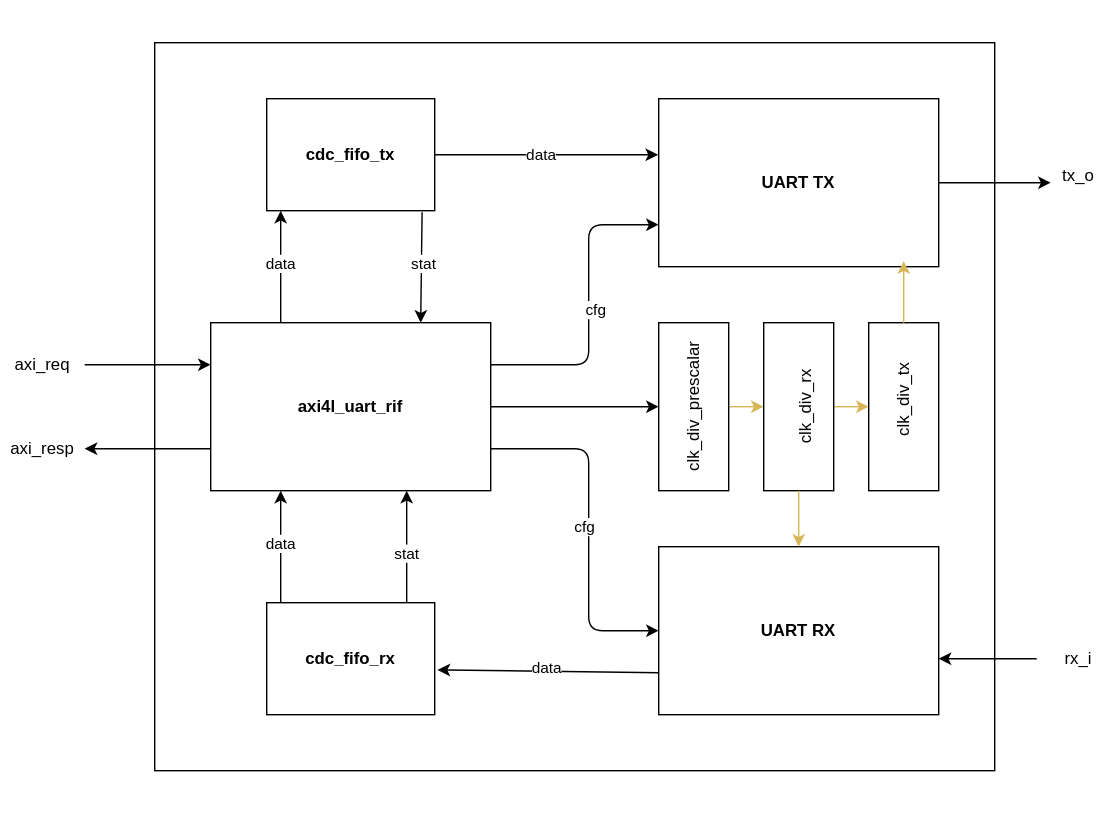
Before: document/uart_subsystem_topview.svg, a diagram exported from draw.io (ADN-VLSI/SC-SoC). Source tidied: cells renumbered, new cells last; positions are measured from the earlier drawing's top-left corner, leaving out a move shared by most shapes.
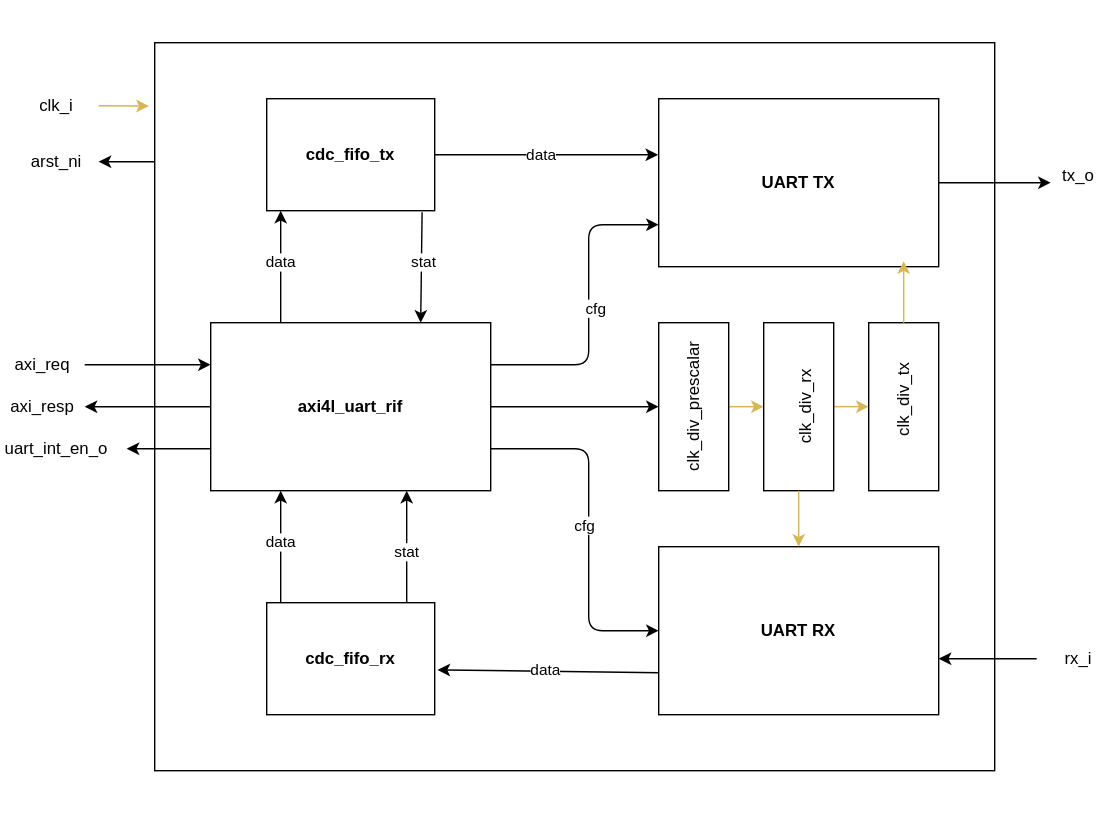
The same file after the commit.

The edit, as a diff of the source:
```diff
@@ -8,7 +8,7 @@
     <mxCell id="3" style="rounded=0;whiteSpace=wrap;html=1;" parent="1" vertex="1">
       <mxGeometry x="110" y="30" width="600" height="520" as="geometry" />
     </mxCell>
-    <mxCell id="4" style="edgeStyle=none;html=1;exitX=0;exitY=0.75;exitDx=0;exitDy=0;entryX=1;entryY=0.5;entryDx=0;entryDy=0;" parent="1" edge="1" source="5" target="34">
+    <mxCell id="4" style="edgeStyle=none;html=1;exitX=0;exitY=0.5;exitDx=0;exitDy=0;entryX=1;entryY=0.5;entryDx=0;entryDy=0;" parent="1" edge="1" source="5" target="34">
       <mxGeometry relative="1" as="geometry" />
     </mxCell>
     <mxCell id="5" value="&lt;b&gt;axi4l_uart_rif&lt;/b&gt;" style="rounded=0;whiteSpace=wrap;html=1;" parent="1" vertex="1">
@@ -118,7 +118,7 @@
       <mxGeometry y="245" width="60" height="30" as="geometry" />
     </mxCell>
     <mxCell id="34" value="axi_resp" style="text;html=1;align=center;verticalAlign=middle;whiteSpace=wrap;rounded=0;" parent="1" vertex="1">
-      <mxGeometry y="305" width="60" height="30" as="geometry" />
+      <mxGeometry y="275" width="60" height="30" as="geometry" />
     </mxCell>
     <mxCell id="35" value="tx_o" style="text;html=1;align=center;verticalAlign=middle;whiteSpace=wrap;rounded=0;" parent="1" vertex="1">
       <mxGeometry x="740" y="110" width="60" height="30" as="geometry" />
@@ -151,5 +151,27 @@
     <mxCell id="43" style="endArrow=classic;html=1;exitX=1;exitY=0.5;exitDx=0;exitDy=0;entryX=0;entryY=0.5;entryDx=0;entryDy=0;" parent="1" edge="1" source="5" target="11">
       <mxGeometry relative="1" as="geometry" />
     </mxCell>
+    <mxCell id="44" value="clk_i" style="text;html=1;align=center;verticalAlign=middle;whiteSpace=wrap;rounded=0;" parent="1" vertex="1">
+      <mxGeometry x="10" y="60" width="60" height="30" as="geometry" />
+    </mxCell>
+    <mxCell id="45" value="arst_ni" style="text;html=1;align=center;verticalAlign=middle;whiteSpace=wrap;rounded=0;" parent="1" vertex="1">
+      <mxGeometry x="10" y="100" width="60" height="30" as="geometry" />
+    </mxCell>
+    <mxCell id="46" value="uart_int_en_o" style="text;html=1;align=center;verticalAlign=middle;whiteSpace=wrap;rounded=0;" parent="1" vertex="1">
+      <mxGeometry x="10" y="305" width="60" height="30" as="geometry" />
+    </mxCell>
+    <mxCell id="47" style="endArrow=classic;html=1;exitX=0;exitY=0.75;exitDx=0;exitDy=0;" parent="1" edge="1" source="5">
+      <mxGeometry relative="1" as="geometry">
+        <mxPoint x="90" y="320" as="targetPoint" />
+      </mxGeometry>
+    </mxCell>
+    <mxCell id="48" style="endArrow=classic;html=1;exitX=1;exitY=0.5;exitDx=0;exitDy=0;entryX=-0.007;entryY=0.087;entryDx=0;entryDy=0;entryPerimeter=0;fillColor=#fff2cc;strokeColor=#d6b656;" parent="1" edge="1" source="44" target="3">
+      <mxGeometry relative="1" as="geometry" />
+    </mxCell>
+    <mxCell id="49" style="endArrow=classic;html=1;entryX=1;entryY=0.5;entryDx=0;entryDy=0;" parent="1" edge="1" target="45">
+      <mxGeometry relative="1" as="geometry">
+        <mxPoint x="110" y="115" as="sourcePoint" />
+      </mxGeometry>
+    </mxCell>
   </root>
 </mxGraphModel>
```
